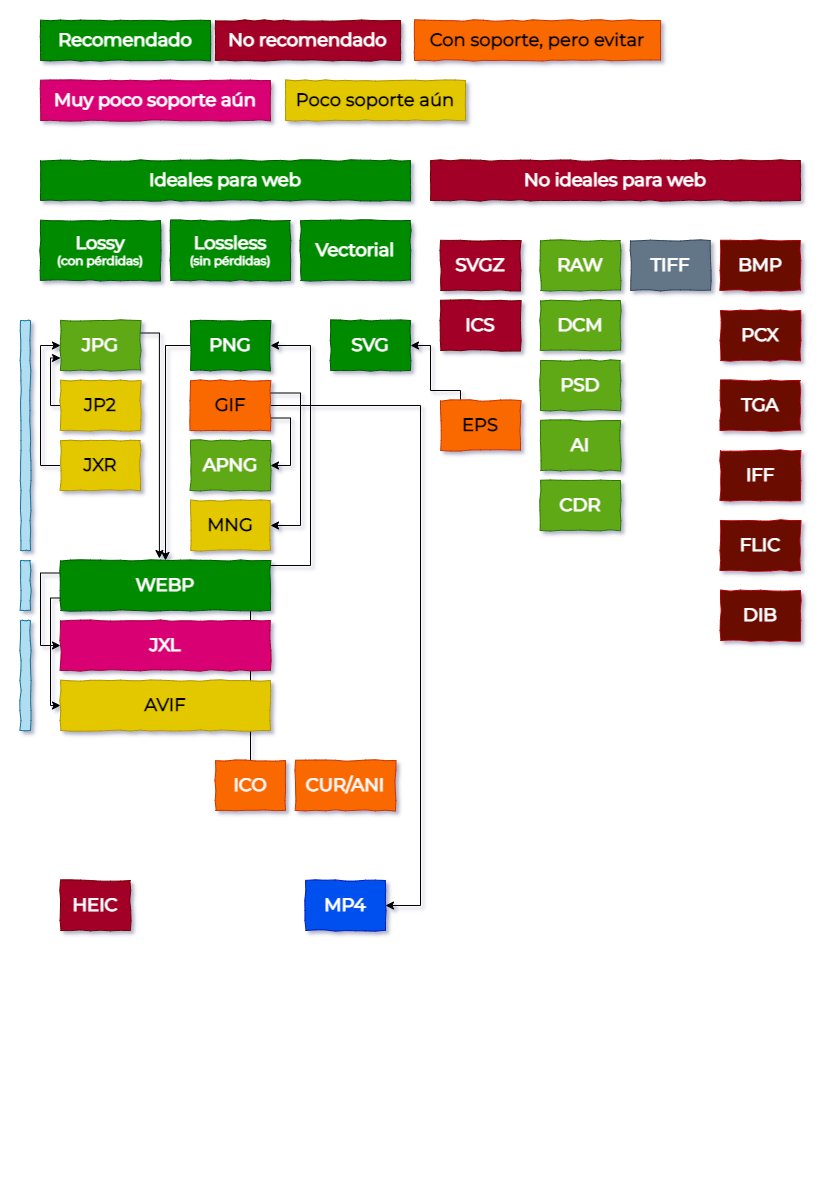
Above: Image Formats.png in ManzDev/twitch-image-tests (draw.io), before the change. Source tidied: cells renumbered, new cells last; positions are measured from the earlier drawing's top-left corner, leaving out a move shared by most shapes.
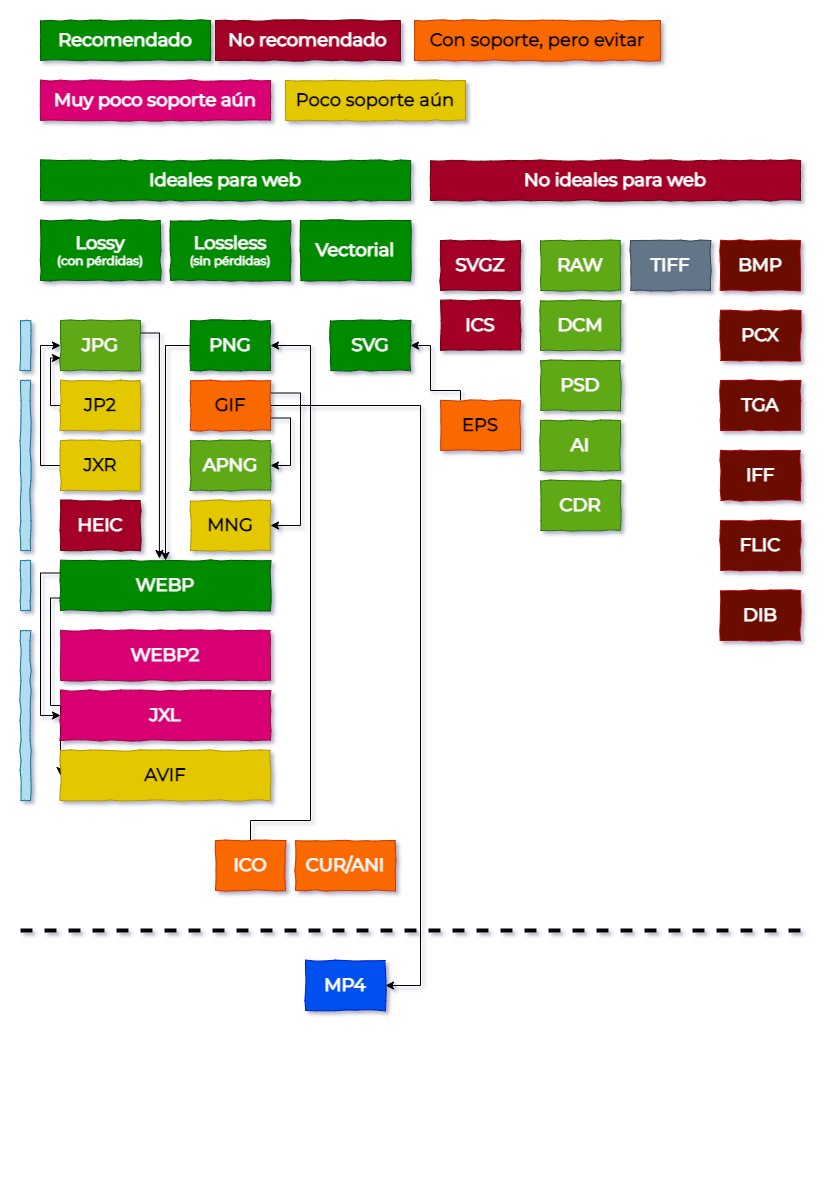
Above is the later version.

The edit, as a diff of the source:
```diff
@@ -24,14 +24,14 @@
     <mxCell id="7" style="edgeStyle=orthogonalEdgeStyle;rounded=0;jettySize=auto;html=1;exitX=0.5;exitY=0;exitDx=0;exitDy=0;fontFamily=Montserrat;fontSource=https%3A%2F%2Ffonts.googleapis.com%2Fcss%3Ffamily%3DMontserrat;fontColor=#FFF7F7;entryX=1;entryY=0.5;entryDx=0;entryDy=0;" parent="1" edge="1" source="8" target="6">
       <mxGeometry relative="1" as="geometry">
         <Array as="points">
-          <mxPoint x="230" y="545" />
-          <mxPoint x="290" y="545" />
+          <mxPoint x="230" y="800" />
+          <mxPoint x="290" y="800" />
           <mxPoint x="290" y="325" />
         </Array>
       </mxGeometry>
     </mxCell>
     <mxCell id="8" value="&lt;font style=&quot;font-size: 18px&quot;&gt;&lt;span&gt;ICO&lt;/span&gt;&lt;/font&gt;" style="rounded=0;whiteSpace=wrap;html=1;fillColor=#fa6800;strokeColor=#C73500;fontFamily=Montserrat;fontSource=https%3A%2F%2Ffonts.googleapis.com%2Fcss%3Ffamily%3DMontserrat;fontStyle=1;comic=1;fontColor=#FFF7F7;" parent="1" vertex="1">
-      <mxGeometry x="195" y="740" width="70" height="50" as="geometry" />
+      <mxGeometry x="195" y="820" width="70" height="50" as="geometry" />
     </mxCell>
     <mxCell id="9" style="edgeStyle=orthogonalEdgeStyle;rounded=0;jettySize=auto;html=1;exitX=0.25;exitY=0;exitDx=0;exitDy=0;entryX=1;entryY=0.5;entryDx=0;entryDy=0;fontFamily=Montserrat;fontSource=https%3A%2F%2Ffonts.googleapis.com%2Fcss%3Ffamily%3DMontserrat;fontColor=#FFF7F7;" parent="1" edge="1" source="10" target="4">
       <mxGeometry relative="1" as="geometry">
@@ -48,7 +48,7 @@
       <mxGeometry relative="1" as="geometry">
         <Array as="points">
           <mxPoint x="400" y="385" />
-          <mxPoint x="400" y="885" />
+          <mxPoint x="400" y="965" />
         </Array>
       </mxGeometry>
     </mxCell>
@@ -113,13 +113,13 @@
       <mxGeometry x="40" y="360" width="80" height="50" as="geometry" />
     </mxCell>
     <mxCell id="27" value="&lt;font style=&quot;font-size: 18px&quot;&gt;&lt;span&gt;JXL&lt;/span&gt;&lt;/font&gt;" style="rounded=0;whiteSpace=wrap;html=1;fillColor=#d80073;strokeColor=#A50040;fontFamily=Montserrat;fontSource=https%3A%2F%2Ffonts.googleapis.com%2Fcss%3Ffamily%3DMontserrat;fontStyle=1;comic=1;fontColor=#ffffff;" parent="1" vertex="1">
-      <mxGeometry x="40" y="600" width="210" height="50" as="geometry" />
+      <mxGeometry x="40" y="670" width="210" height="50" as="geometry" />
     </mxCell>
     <mxCell id="28" value="&lt;font style=&quot;font-size: 18px&quot;&gt;&lt;span&gt;AVIF&lt;/span&gt;&lt;/font&gt;" style="rounded=0;whiteSpace=wrap;html=1;fillColor=#e3c800;strokeColor=#B09500;fontFamily=Montserrat;fontSource=https%3A%2F%2Ffonts.googleapis.com%2Fcss%3Ffamily%3DMontserrat;fontStyle=1;comic=1;fontColor=#000000;" parent="1" vertex="1">
-      <mxGeometry x="40" y="660" width="210" height="50" as="geometry" />
+      <mxGeometry x="40" y="730" width="210" height="50" as="geometry" />
     </mxCell>
     <mxCell id="29" value="&lt;font style=&quot;font-size: 18px&quot;&gt;&lt;span&gt;HEIC&lt;/span&gt;&lt;/font&gt;" style="rounded=0;whiteSpace=wrap;html=1;fillColor=#a20025;strokeColor=#6F0000;fontFamily=Montserrat;fontSource=https%3A%2F%2Ffonts.googleapis.com%2Fcss%3Ffamily%3DMontserrat;fontStyle=1;comic=1;fontColor=#ffffff;" parent="1" vertex="1">
-      <mxGeometry x="40" y="860" width="70" height="50" as="geometry" />
+      <mxGeometry x="40" y="480" width="80" height="50" as="geometry" />
     </mxCell>
     <mxCell id="30" value="&lt;font style=&quot;font-size: 18px&quot;&gt;&lt;span&gt;DIB&lt;/span&gt;&lt;/font&gt;" style="rounded=0;whiteSpace=wrap;html=1;strokeColor=#B20000;fontFamily=Montserrat;fontSource=https%3A%2F%2Ffonts.googleapis.com%2Fcss%3Ffamily%3DMontserrat;fontStyle=1;comic=1;fontColor=#ffffff;fillColor=#6B0900;" parent="1" vertex="1">
       <mxGeometry x="700" y="570" width="80" height="50" as="geometry" />
@@ -140,7 +140,7 @@
       <mxGeometry x="40" y="420" width="80" height="50" as="geometry" />
     </mxCell>
     <mxCell id="36" value="&lt;font style=&quot;font-size: 18px&quot;&gt;&lt;span&gt;CUR/ANI&lt;br&gt;&lt;/span&gt;&lt;/font&gt;" style="rounded=0;whiteSpace=wrap;html=1;fillColor=#fa6800;strokeColor=#C73500;fontFamily=Montserrat;fontSource=https%3A%2F%2Ffonts.googleapis.com%2Fcss%3Ffamily%3DMontserrat;fontStyle=1;comic=1;fontColor=#FFF7F7;" parent="1" vertex="1">
-      <mxGeometry x="275" y="740" width="100" height="50" as="geometry" />
+      <mxGeometry x="275" y="820" width="100" height="50" as="geometry" />
     </mxCell>
     <mxCell id="37" value="&lt;font style=&quot;font-size: 18px&quot;&gt;&lt;span&gt;DCM&lt;br&gt;&lt;/span&gt;&lt;/font&gt;" style="rounded=0;whiteSpace=wrap;html=1;fillColor=#60a917;strokeColor=#2D7600;fontFamily=Montserrat;fontSource=https%3A%2F%2Ffonts.googleapis.com%2Fcss%3Ffamily%3DMontserrat;fontStyle=1;comic=1;fontColor=#ffffff;" parent="1" vertex="1">
       <mxGeometry x="520" y="280" width="80" height="50" as="geometry" />
@@ -173,16 +173,16 @@
       <mxGeometry x="20" y="200" width="120" height="60" as="geometry" />
     </mxCell>
     <mxCell id="47" value="&lt;font style=&quot;font-size: 18px&quot;&gt;&lt;span&gt;MP4&lt;/span&gt;&lt;/font&gt;" style="rounded=0;whiteSpace=wrap;html=1;fillColor=#0050ef;strokeColor=#001DBC;fontFamily=Montserrat;fontSource=https%3A%2F%2Ffonts.googleapis.com%2Fcss%3Ffamily%3DMontserrat;fontStyle=1;comic=1;fontColor=#ffffff;" parent="1" vertex="1">
-      <mxGeometry x="285" y="860" width="80" height="50" as="geometry" />
+      <mxGeometry x="285" y="940" width="80" height="50" as="geometry" />
     </mxCell>
     <mxCell id="48" style="rounded=0;whiteSpace=wrap;html=1;comic=1;fontFamily=Montserrat;fontSource=https%3A%2F%2Ffonts.googleapis.com%2Fcss%3Ffamily%3DMontserrat;fillColor=#b1ddf0;strokeColor=#10739e;" parent="1" vertex="1">
-      <mxGeometry y="300" width="10" height="230" as="geometry" />
+      <mxGeometry y="300" width="10" height="50" as="geometry" />
     </mxCell>
     <mxCell id="49" style="rounded=0;whiteSpace=wrap;html=1;comic=1;fontFamily=Montserrat;fontSource=https%3A%2F%2Ffonts.googleapis.com%2Fcss%3Ffamily%3DMontserrat;fillColor=#b1ddf0;strokeColor=#10739e;" parent="1" vertex="1">
       <mxGeometry y="540" width="10" height="50" as="geometry" />
     </mxCell>
     <mxCell id="50" style="rounded=0;whiteSpace=wrap;html=1;comic=1;fontFamily=Montserrat;fontSource=https%3A%2F%2Ffonts.googleapis.com%2Fcss%3Ffamily%3DMontserrat;fillColor=#b1ddf0;strokeColor=#10739e;" parent="1" vertex="1">
-      <mxGeometry y="600" width="10" height="110" as="geometry" />
+      <mxGeometry y="610" width="10" height="170" as="geometry" />
     </mxCell>
     <mxCell id="51" value="&lt;font style=&quot;font-size: 18px&quot;&gt;&lt;span&gt;Recomendado&lt;/span&gt;&lt;/font&gt;" style="rounded=0;whiteSpace=wrap;html=1;fillColor=#008a00;strokeColor=#005700;fontFamily=Montserrat;fontSource=https%3A%2F%2Ffonts.googleapis.com%2Fcss%3Ffamily%3DMontserrat;fontStyle=1;comic=1;fontColor=#ffffff;" parent="1" vertex="1">
       <mxGeometry x="20" width="170" height="40" as="geometry" />
@@ -199,5 +199,17 @@
     <mxCell id="55" value="&lt;span style=&quot;font-size: 18px&quot;&gt;Muy poco soporte aún&lt;/span&gt;" style="rounded=0;whiteSpace=wrap;html=1;fillColor=#d80073;strokeColor=#A50040;fontFamily=Montserrat;fontSource=https%3A%2F%2Ffonts.googleapis.com%2Fcss%3Ffamily%3DMontserrat;fontStyle=1;comic=1;fontColor=#ffffff;" parent="1" vertex="1">
       <mxGeometry x="20" y="60" width="230" height="40" as="geometry" />
     </mxCell>
+    <mxCell id="56" style="endArrow=none;dashed=1;html=1;strokeWidth=4;" parent="1" edge="1">
+      <mxGeometry relative="1" as="geometry">
+        <mxPoint y="910" as="sourcePoint" />
+        <mxPoint x="780" y="910" as="targetPoint" />
+      </mxGeometry>
+    </mxCell>
+    <mxCell id="57" style="rounded=0;whiteSpace=wrap;html=1;comic=1;fontFamily=Montserrat;fontSource=https%3A%2F%2Ffonts.googleapis.com%2Fcss%3Ffamily%3DMontserrat;fillColor=#b1ddf0;strokeColor=#10739e;" parent="1" vertex="1">
+      <mxGeometry y="360" width="10" height="170" as="geometry" />
+    </mxCell>
+    <mxCell id="58" value="&lt;font style=&quot;font-size: 18px&quot;&gt;&lt;span&gt;WEBP2&lt;/span&gt;&lt;/font&gt;" style="rounded=0;whiteSpace=wrap;html=1;fillColor=#d80073;strokeColor=#A50040;fontFamily=Montserrat;fontSource=https%3A%2F%2Ffonts.googleapis.com%2Fcss%3Ffamily%3DMontserrat;fontStyle=1;comic=1;fontColor=#ffffff;" parent="1" vertex="1">
+      <mxGeometry x="40" y="610" width="210" height="50" as="geometry" />
+    </mxCell>
   </root>
 </mxGraphModel>
```
